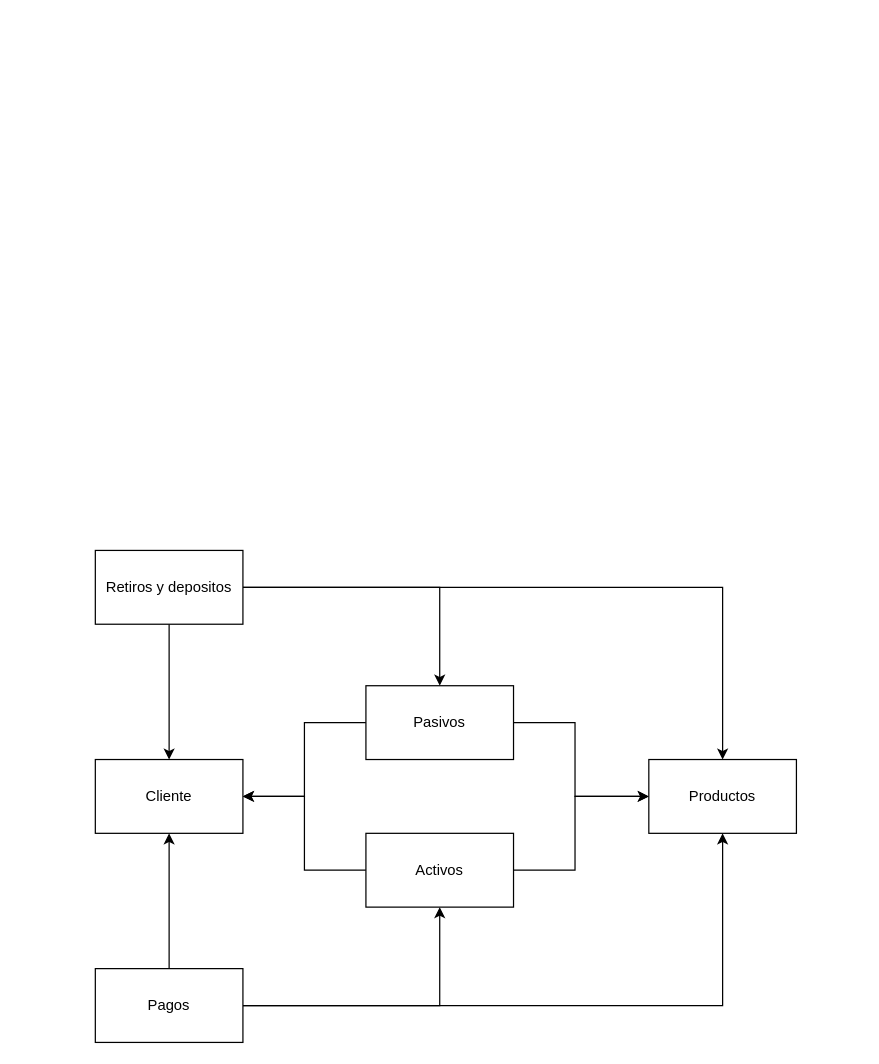
This is page "Microservicios" (1 of 2) of Diagrama-solucon.drawio from SpDkMn01/bootcamp_documentation, a draw.io file, before an edit. Source tidied: cells renumbered, new cells numbered last; positions are measured from the earlier drawing's top-left corner, leaving out a move shared by most shapes. Both pictures are drawn from the tidied source at 123%, with x=0, y=0 at pixel (95, 550).
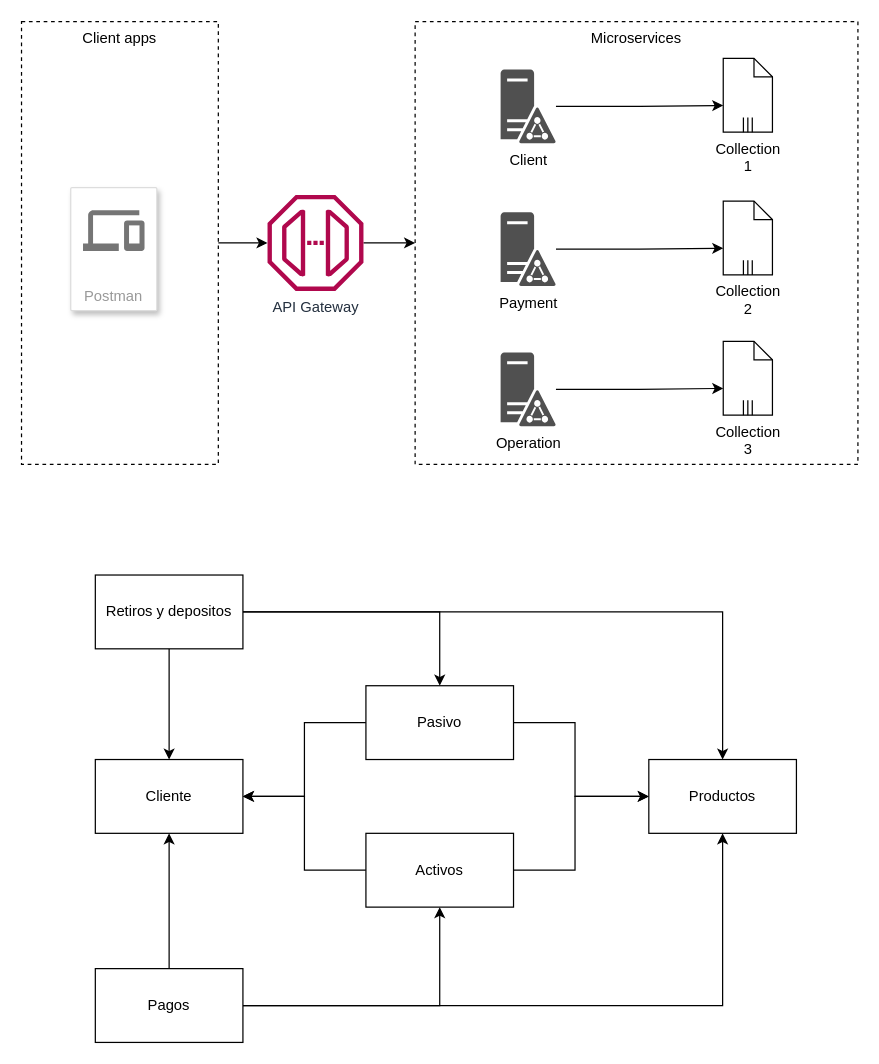
Above is the later version.

The edit, as a diff of the source:
```diff
@@
-    <mxCell id="6" value="Pasivos" style="rounded=0;whiteSpace=wrap;html=1;" parent="1" vertex="1">
+    <mxCell id="6" value="Pasivo" style="rounded=0;whiteSpace=wrap;html=1;" parent="1" vertex="1">
       <mxGeometry x="220" y="110" width="120" height="60" as="geometry" />
     </mxCell>
@@
     <mxCell id="13" value="Retiros y depositos" style="rounded=0;whiteSpace=wrap;html=1;" parent="1" vertex="1">
-      <mxGeometry width="120" height="60" as="geometry" />
+      <mxGeometry y="20" width="120" height="60" as="geometry" />
     </mxCell>
@@
+    <mxCell id="18" style="edgeStyle=orthogonalEdgeStyle;rounded=0;jettySize=auto;html=1;" parent="1" edge="1" target="21">
+      <mxGeometry relative="1" as="geometry">
+        <mxPoint x="-10" y="-235" as="sourcePoint" />
+      </mxGeometry>
+    </mxCell>
+    <mxCell id="19" value="Microservices&#10;" style="dashed=1;verticalAlign=top;fontStyle=0;" parent="1" vertex="1">
+      <mxGeometry x="260" y="-430" width="360" height="360" as="geometry" />
+    </mxCell>
+    <mxCell id="20" style="edgeStyle=orthogonalEdgeStyle;rounded=0;jettySize=auto;html=1;entryX=0;entryY=0.5;entryDx=0;entryDy=0;" parent="1" edge="1" source="21" target="19">
+      <mxGeometry relative="1" as="geometry" />
+    </mxCell>
+    <mxCell id="21" value="API Gateway" style="sketch=0;outlineConnect=0;fontColor=#232F3E;gradientColor=none;fillColor=#B0084D;strokeColor=none;dashed=0;verticalLabelPosition=bottom;verticalAlign=top;align=center;html=1;fontSize=12;fontStyle=0;shape=mxgraph.aws4.endpoint;" parent="1" vertex="1">
+      <mxGeometry x="140" y="-289" width="78" height="78" as="geometry" />
+    </mxCell>
+    <mxCell id="22" style="edgeStyle=orthogonalEdgeStyle;rounded=0;jettySize=auto;html=1;entryX=0.001;entryY=0.638;entryDx=0;entryDy=0;entryPerimeter=0;" parent="1" edge="1" source="23" target="24">
+      <mxGeometry relative="1" as="geometry" />
+    </mxCell>
+    <mxCell id="23" value="Payment&lt;br&gt;" style="sketch=0;shadow=0;dashed=0;html=1;strokeColor=none;fillColor=#505050;labelPosition=center;verticalLabelPosition=bottom;verticalAlign=top;outlineConnect=0;align=center;shape=mxgraph.office.servers.active_directory_federation_services_server;" parent="1" vertex="1">
+      <mxGeometry x="329.5" y="-275" width="45" height="60" as="geometry" />
+    </mxCell>
+    <mxCell id="24" value="Collection 2" style="shape=mxgraph.bpmn.data;labelPosition=center;verticalLabelPosition=bottom;align=center;verticalAlign=top;whiteSpace=wrap;size=15;html=1;bpmnTransferType=none;isCollection=1;" parent="1" vertex="1">
+      <mxGeometry x="510.5" y="-284" width="40" height="60" as="geometry" />
+    </mxCell>
+    <mxCell id="25" style="edgeStyle=orthogonalEdgeStyle;rounded=0;jettySize=auto;html=1;entryX=0.001;entryY=0.638;entryDx=0;entryDy=0;entryPerimeter=0;" parent="1" edge="1" source="26" target="27">
+      <mxGeometry relative="1" as="geometry" />
+    </mxCell>
+    <mxCell id="26" value="Operation" style="sketch=0;shadow=0;dashed=0;html=1;strokeColor=none;fillColor=#505050;labelPosition=center;verticalLabelPosition=bottom;verticalAlign=top;outlineConnect=0;align=center;shape=mxgraph.office.servers.active_directory_federation_services_server;" parent="1" vertex="1">
+      <mxGeometry x="329.5" y="-161" width="45" height="60" as="geometry" />
+    </mxCell>
+    <mxCell id="27" value="Collection 3" style="shape=mxgraph.bpmn.data;labelPosition=center;verticalLabelPosition=bottom;align=center;verticalAlign=top;whiteSpace=wrap;size=15;html=1;bpmnTransferType=none;isCollection=1;" parent="1" vertex="1">
+      <mxGeometry x="510.5" y="-170" width="40" height="60" as="geometry" />
+    </mxCell>
+    <mxCell id="28" style="edgeStyle=orthogonalEdgeStyle;rounded=0;jettySize=auto;html=1;entryX=0.001;entryY=0.638;entryDx=0;entryDy=0;entryPerimeter=0;" parent="1" edge="1" source="29" target="30">
+      <mxGeometry relative="1" as="geometry" />
+    </mxCell>
+    <mxCell id="29" value="Client" style="sketch=0;shadow=0;dashed=0;html=1;strokeColor=none;fillColor=#505050;labelPosition=center;verticalLabelPosition=bottom;verticalAlign=top;outlineConnect=0;align=center;shape=mxgraph.office.servers.active_directory_federation_services_server;" parent="1" vertex="1">
+      <mxGeometry x="329.5" y="-391" width="45" height="60" as="geometry" />
+    </mxCell>
+    <mxCell id="30" value="Collection 1" style="shape=mxgraph.bpmn.data;labelPosition=center;verticalLabelPosition=bottom;align=center;verticalAlign=top;whiteSpace=wrap;size=15;html=1;bpmnTransferType=none;isCollection=1;" parent="1" vertex="1">
+      <mxGeometry x="510.5" y="-400" width="40" height="60" as="geometry" />
+    </mxCell>
+    <mxCell id="31" value="Client apps" style="dashed=1;verticalAlign=top;fontStyle=0;" parent="1" vertex="1">
+      <mxGeometry x="-60" y="-430" width="160" height="360" as="geometry" />
+    </mxCell>
+    <mxCell id="32" value="Postman" style="strokeColor=#dddddd;shadow=1;strokeWidth=1;rounded=1;absoluteArcSize=1;arcSize=2;labelPosition=center;verticalLabelPosition=middle;align=center;verticalAlign=bottom;spacingLeft=0;fontColor=#999999;fontSize=12;whiteSpace=wrap;spacingBottom=2;" parent="1" vertex="1">
+      <mxGeometry x="-20" y="-295" width="70" height="100" as="geometry" />
+    </mxCell>
+    <mxCell id="33" style="sketch=0;dashed=0;html=1;fillColor=#757575;strokeColor=none;shape=mxgraph.gcp2.desktop_and_mobile;" parent="32" vertex="1">
+      <mxGeometry x="0.5" width="50" height="33" relative="1" as="geometry">
+        <mxPoint x="-25" y="18.5" as="offset" />
+      </mxGeometry>
+    </mxCell>
```
